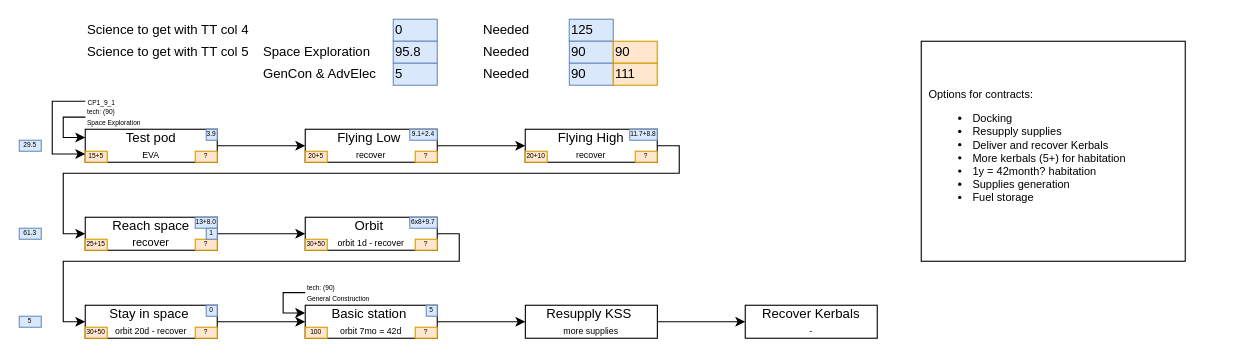
This is doc/CP3 contracts.drawio from SaphireFalcon/real_career, a draw.io file, before an edit. Source tidied: cells renumbered, new cells numbered last; positions are measured from the earlier drawing's top-left corner, leaving out a move shared by most shapes. Both pictures are drawn from the tidied source at 110%, with x=0, y=0 at pixel (19, 19).
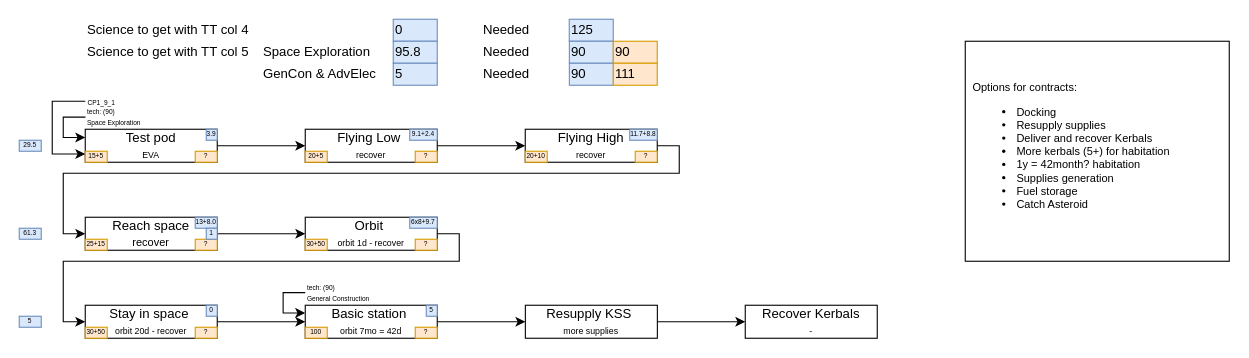
The same diagram, later.

The edit, as a diff of the source:
```diff
@@
-    <mxCell id="65" value="&lt;font style=&quot;font-size: 10px&quot;&gt;Options for contracts:&lt;br style=&quot;font-size: 10px&quot;&gt;&lt;/font&gt;&lt;ul style=&quot;font-size: 10px&quot;&gt;&lt;li style=&quot;font-size: 10px&quot;&gt;Docking&lt;/li&gt;&lt;li style=&quot;font-size: 10px&quot;&gt;Resupply supplies&lt;/li&gt;&lt;li style=&quot;font-size: 10px&quot;&gt;Deliver and recover Kerbals&lt;/li&gt;&lt;li style=&quot;font-size: 10px&quot;&gt;More kerbals (5+) for habitation&lt;/li&gt;&lt;li style=&quot;font-size: 10px&quot;&gt;1y = 42month? habitation&lt;/li&gt;&lt;li style=&quot;font-size: 10px&quot;&gt;Supplies generation&lt;/li&gt;&lt;li style=&quot;font-size: 10px&quot;&gt;Fuel storage&lt;/li&gt;&lt;/ul&gt;" style="rounded=0;whiteSpace=wrap;html=1;align=left;fontSize=10;spacingLeft=5;" parent="1" vertex="1">
-      <mxGeometry x="820" y="20" width="240" height="200" as="geometry" />
+    <mxCell id="65" value="&lt;font style=&quot;font-size: 10px&quot;&gt;Options for contracts:&lt;br style=&quot;font-size: 10px&quot;&gt;&lt;/font&gt;&lt;ul style=&quot;font-size: 10px&quot;&gt;&lt;li style=&quot;font-size: 10px&quot;&gt;Docking&lt;/li&gt;&lt;li style=&quot;font-size: 10px&quot;&gt;Resupply supplies&lt;/li&gt;&lt;li style=&quot;font-size: 10px&quot;&gt;Deliver and recover Kerbals&lt;/li&gt;&lt;li style=&quot;font-size: 10px&quot;&gt;More kerbals (5+) for habitation&lt;/li&gt;&lt;li style=&quot;font-size: 10px&quot;&gt;1y = 42month? habitation&lt;/li&gt;&lt;li style=&quot;font-size: 10px&quot;&gt;Supplies generation&lt;/li&gt;&lt;li style=&quot;font-size: 10px&quot;&gt;Fuel storage&lt;/li&gt;&lt;li style=&quot;font-size: 10px&quot;&gt;Catch Asteroid&lt;/li&gt;&lt;/ul&gt;" style="rounded=0;whiteSpace=wrap;html=1;align=left;fontSize=10;spacingLeft=5;" parent="1" vertex="1">
+      <mxGeometry x="860" y="20" width="240" height="200" as="geometry" />
     </mxCell>
```
